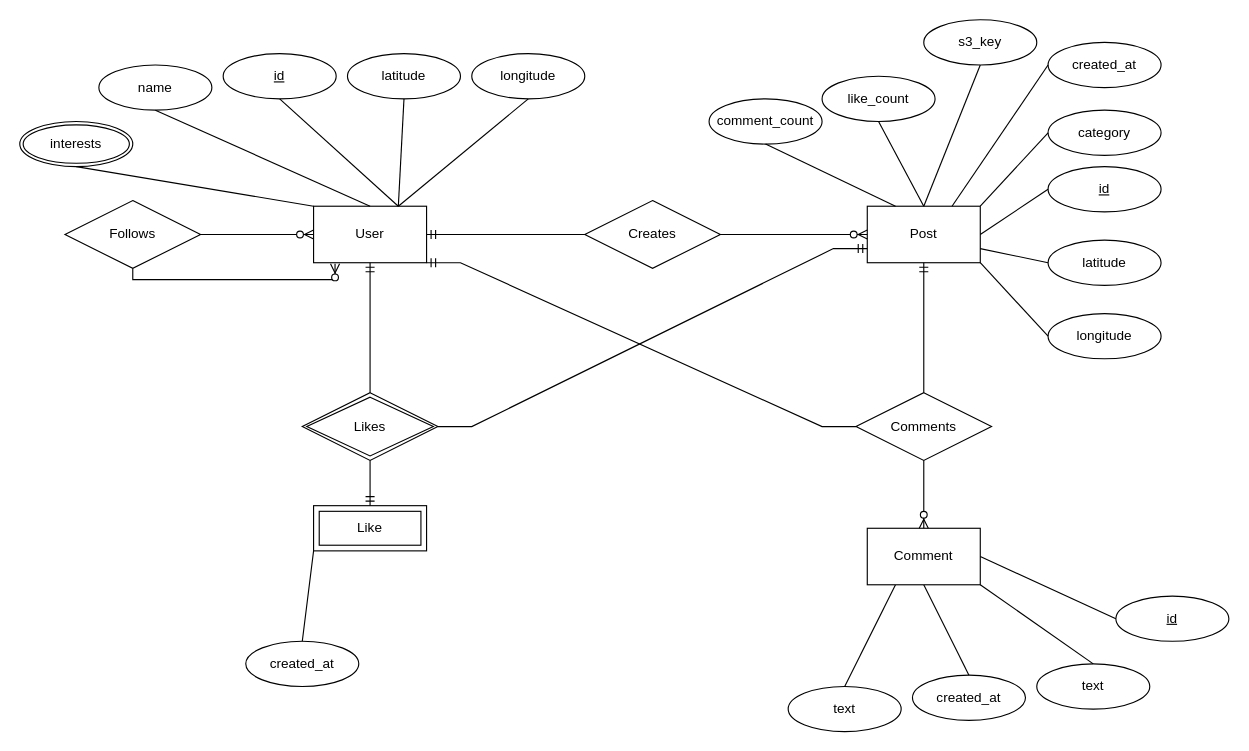
This is page "ER-Diagram" (2 of 9) of docs/News-Feed.drawio from JatinDholakia/News-Feed, a draw.io file, before an edit. Source tidied: cells renumbered, new cells numbered last; positions are measured from the earlier drawing's top-left corner, leaving out a move shared by most shapes. Both pictures are drawn from the tidied source at 113%, with x=0, y=0 at pixel (19, 19).
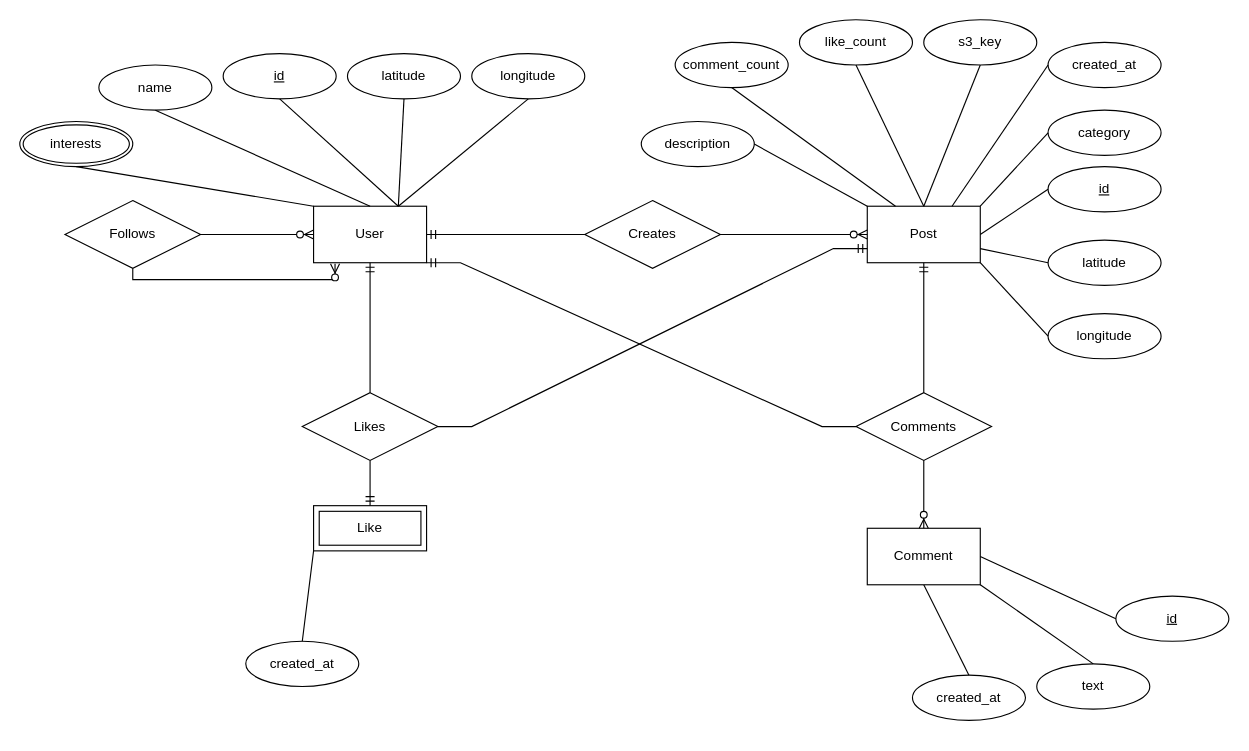
The same diagram, later.

The change refers to these unchanged cells:
```xml
<mxCell id="2" value="User" style="html=1;dashed=0;whiteSpace=wrap;" parent="1" vertex="1">
  <mxGeometry x="260" y="165" width="100" height="50" as="geometry" />
</mxCell>
<mxCell id="5" value="Post" style="html=1;dashed=0;whiteSpace=wrap;" parent="1" vertex="1">
  <mxGeometry x="750" y="165" width="100" height="50" as="geometry" />
</mxCell>
<mxCell id="6" value="Like" style="shape=ext;margin=3;double=1;whiteSpace=wrap;html=1;align=center;" parent="1" vertex="1">
  <mxGeometry x="260" y="430" width="100" height="40" as="geometry" />
</mxCell>
<mxCell id="21" value="Comment" style="html=1;dashed=0;whiteSpace=wrap;" parent="1" vertex="1">
  <mxGeometry x="750" y="450" width="100" height="50" as="geometry" />
</mxCell>
```

Change to the diagram source:
```diff
@@
-    <mxCell id="12" value="text" style="ellipse;whiteSpace=wrap;html=1;align=center;" parent="1" vertex="1">
-      <mxGeometry x="680" y="590" width="100" height="40" as="geometry" />
-    </mxCell>
-    <mxCell id="13" style="endArrow=none;html=1;rounded=0;entryX=0.5;entryY=0;entryDx=0;entryDy=0;exitX=0.25;exitY=1;exitDx=0;exitDy=0;" parent="1" edge="1" source="21" target="12">
-      <mxGeometry relative="1" as="geometry" />
-    </mxCell>
@@
-    <mxCell id="17" value="Likes" style="shape=rhombus;double=1;perimeter=rhombusPerimeter;whiteSpace=wrap;html=1;align=center;" parent="1" vertex="1">
-      <mxGeometry x="250" y="330" width="120" height="60" as="geometry" />
-    </mxCell>
@@
-    <mxCell id="28" style="fontSize=12;html=1;endArrow=ERmandOne;rounded=0;entryX=0.5;entryY=1;entryDx=0;entryDy=0;exitX=0.5;exitY=0;exitDx=0;exitDy=0;" parent="1" edge="1" source="17" target="2">
-      <mxGeometry relative="1" as="geometry" />
+    <mxCell id="28" style="fontSize=12;html=1;endArrow=ERmandOne;rounded=0;entryX=0.5;entryY=1;entryDx=0;entryDy=0;exitX=0.5;exitY=0;exitDx=0;exitDy=0;" parent="1" edge="1" target="2">
+      <mxGeometry relative="1" as="geometry">
+        <mxPoint x="310" y="330" as="sourcePoint" />
+      </mxGeometry>
     </mxCell>
-    <mxCell id="29" style="fontSize=12;html=1;endArrow=ERmandOne;rounded=0;entryX=0.5;entryY=0;entryDx=0;entryDy=0;exitX=0.5;exitY=1;exitDx=0;exitDy=0;" parent="1" edge="1" source="17" target="6">
-      <mxGeometry relative="1" as="geometry" />
+    <mxCell id="29" style="fontSize=12;html=1;endArrow=ERmandOne;rounded=0;entryX=0.5;entryY=0;entryDx=0;entryDy=0;exitX=0.5;exitY=1;exitDx=0;exitDy=0;" parent="1" edge="1" target="6">
+      <mxGeometry relative="1" as="geometry">
+        <mxPoint x="310" y="390" as="sourcePoint" />
+      </mxGeometry>
     </mxCell>
-    <mxCell id="30" style="edgeStyle=entityRelationEdgeStyle;fontSize=12;html=1;endArrow=ERmandOne;rounded=0;entryX=0;entryY=0.75;entryDx=0;entryDy=0;exitX=1;exitY=0.5;exitDx=0;exitDy=0;" parent="1" edge="1" source="17" target="5">
-      <mxGeometry relative="1" as="geometry" />
+    <mxCell id="30" style="edgeStyle=entityRelationEdgeStyle;fontSize=12;html=1;endArrow=ERmandOne;rounded=0;entryX=0;entryY=0.75;entryDx=0;entryDy=0;exitX=1;exitY=0.5;exitDx=0;exitDy=0;" parent="1" edge="1" target="5">
+      <mxGeometry relative="1" as="geometry">
+        <mxPoint x="370" y="360" as="sourcePoint" />
+      </mxGeometry>
     </mxCell>
@@
     <mxCell id="36" value="like_count" style="ellipse;whiteSpace=wrap;html=1;align=center;" parent="1" vertex="1">
-      <mxGeometry x="710" y="50" width="100" height="40" as="geometry" />
+      <mxGeometry x="690" width="100" height="40" as="geometry" />
     </mxCell>
     <mxCell id="37" value="comment_count" style="ellipse;whiteSpace=wrap;html=1;align=center;" parent="1" vertex="1">
-      <mxGeometry x="610" y="70" width="100" height="40" as="geometry" />
+      <mxGeometry x="580" y="20" width="100" height="40" as="geometry" />
     </mxCell>
@@
+    <mxCell id="17" value="Likes" style="shape=rhombus;perimeter=rhombusPerimeter;whiteSpace=wrap;html=1;align=center;" parent="1" vertex="1">
+      <mxGeometry x="250" y="330" width="120" height="60" as="geometry" />
+    </mxCell>
+    <mxCell id="56" value="description" style="ellipse;whiteSpace=wrap;html=1;align=center;" parent="1" vertex="1">
+      <mxGeometry x="550" y="90" width="100" height="40" as="geometry" />
+    </mxCell>
+    <mxCell id="57" style="endArrow=none;html=1;rounded=0;entryX=0;entryY=0;entryDx=0;entryDy=0;exitX=1;exitY=0.5;exitDx=0;exitDy=0;" parent="1" edge="1" source="56" target="5">
+      <mxGeometry relative="1" as="geometry" />
+    </mxCell>
```
